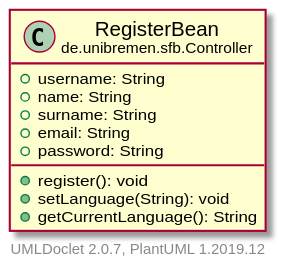
This is doc/UML/modulsichtSVG/RegisterBean.svg from fkehlenb/softwareprojekt-2, a PlantUML export, as it was before one commit. The source it was exported from:
```plantuml
@startuml
    set namespaceSeparator none
    hide empty fields
    hide empty methods

    class "<size:14>RegisterBean\n<size:10>de.unibremen.sfb.Controller" as de.unibremen.sfb.Controller.RegisterBean [[RegisterBean.html]] {
        +username: String
        +name: String
        +surname: String
        +email: String
        +password: String
        +register(): void
        +setLanguage(String): void
        +getCurrentLanguage(): String
    }

    center footer UMLDoclet 2.0.7, PlantUML 1.2019.12
@enduml
```
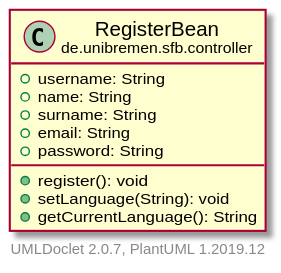
The same diagram one commit later.

What changed in the source:
```diff
@@ -3,7 +3,7 @@
     hide empty fields
     hide empty methods
 
-    class "<size:14>RegisterBean\n<size:10>de.unibremen.sfb.Controller" as de.unibremen.sfb.Controller.RegisterBean [[RegisterBean.html]] {
+    class "<size:14>RegisterBean\n<size:10>de.unibremen.sfb.controller" as de.unibremen.sfb.controller.RegisterBean [[RegisterBean.html]] {
         +username: String
         +name: String
         +surname: String
```
